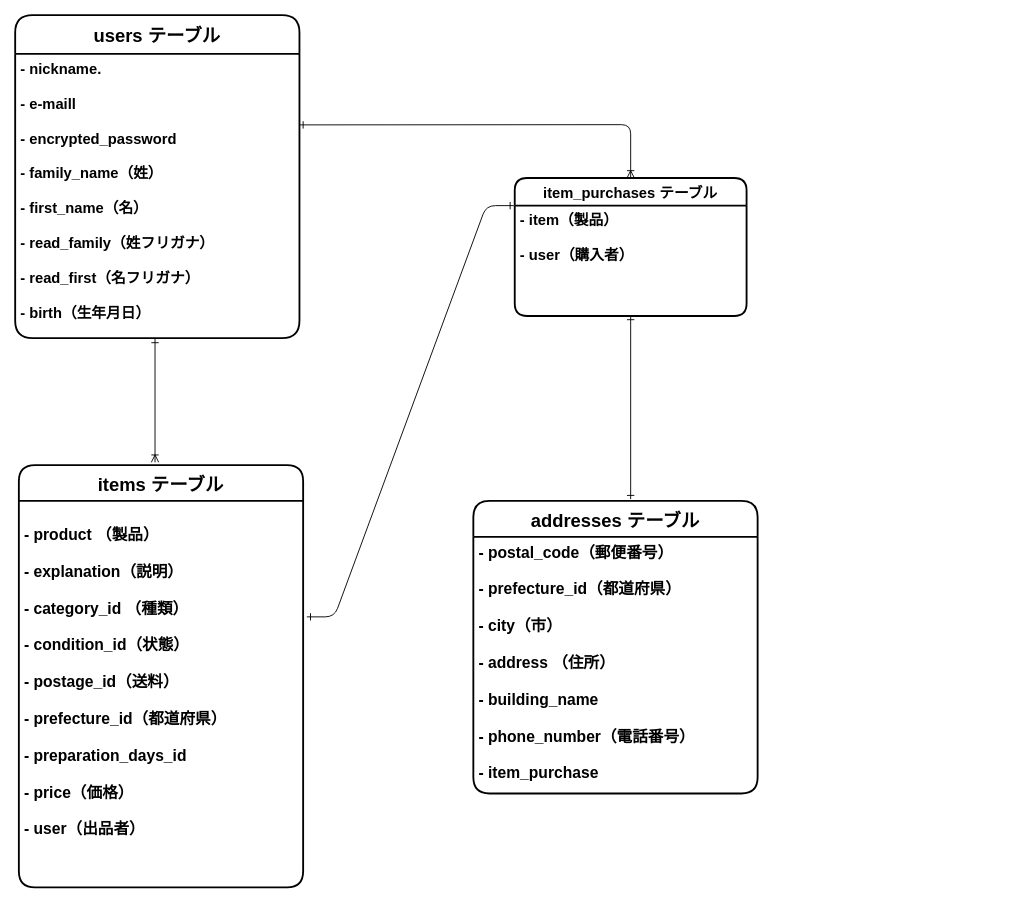
Above: furima.dio in kinyasunori/furima-37882 (draw.io), before the change. Source tidied: cells renumbered, new cells numbered last; positions are measured from the earlier drawing's top-left corner, leaving out a move shared by most shapes. Both pictures are drawn from the tidied source at 92%, with x=0, y=0 at pixel (15, 15).
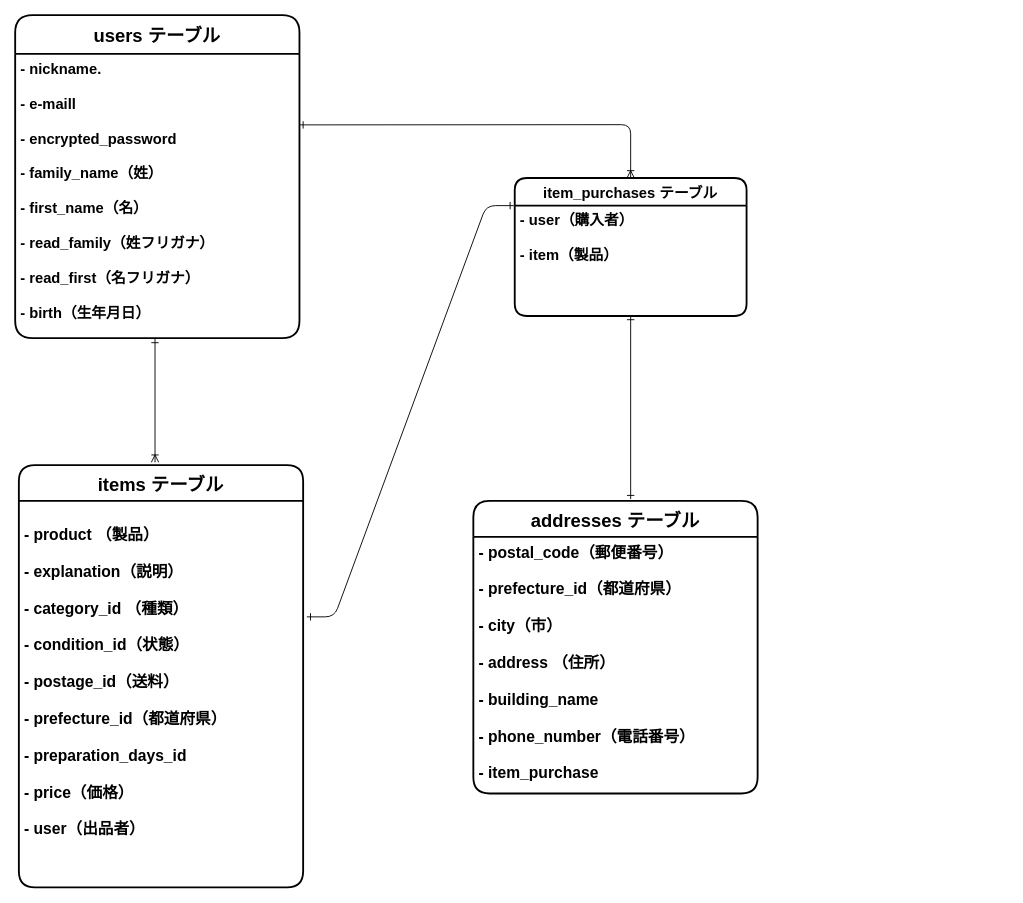
The same page after the edit.

Unchanged cells that the change refers to:
```xml
<mxCell id="8" value="item_purchases テーブル" style="swimlane;horizontal=1;startSize=30;rounded=1;fontSize=16;fontStyle=1;strokeWidth=2;shadow=0;dashed=0;align=center;swimlaneFillColor=none;strokeColor=default;" parent="1" vertex="1">
  <mxGeometry x="543" y="177" width="252" height="150" as="geometry" />
</mxCell>
```

The edit, as a diff of the source:
```diff
@@
-    <mxCell id="9" value="- item（製品）&#10;&#10;- user（購入者）&#10;&#10;" style="align=left;strokeColor=none;fillColor=none;spacingLeft=4;fontSize=16;verticalAlign=top;fontStyle=1;" parent="8" vertex="1">
+    <mxCell id="9" value="- user（購入者）&#10;&#10;- item（製品）&#10;&#10;" style="align=left;strokeColor=none;fillColor=none;spacingLeft=4;fontSize=16;verticalAlign=top;fontStyle=1;" parent="8" vertex="1">
       <mxGeometry y="30" width="252" height="120" as="geometry" />
     </mxCell>
```
